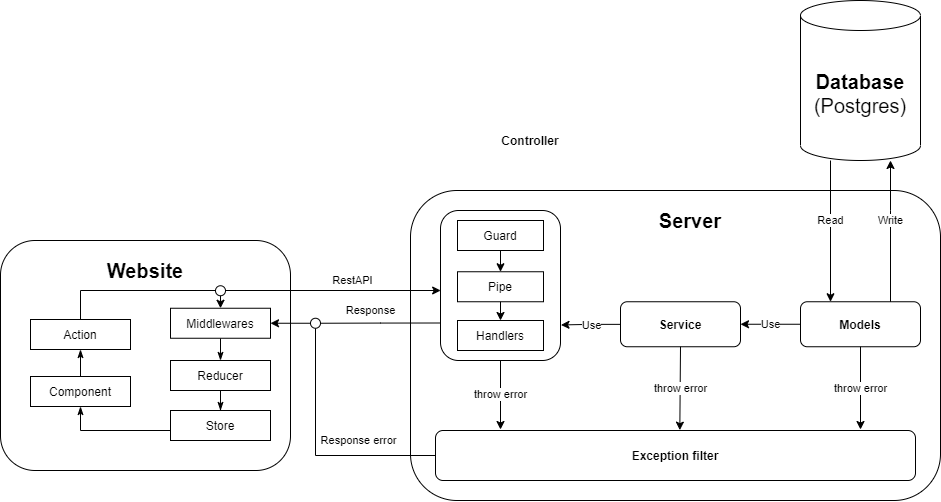
The draw.io diagram Image/Technical/architecture.png in trungtinh961/Report_LVTN, before a commit. Source tidied: cells renumbered, new cells last; positions are measured from the earlier drawing's top-left corner, leaving out a move shared by most shapes.
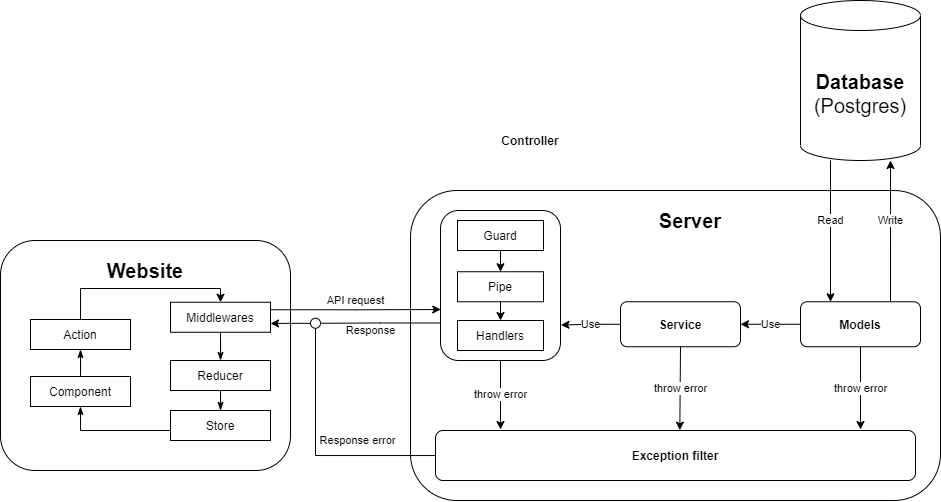
The same file after the commit.

The edit, as a diff of the source:
```diff
@@ -17,6 +17,14 @@
     <mxCell id="6" value="Component" style="rounded=0;whiteSpace=wrap;html=1;" parent="1" vertex="1">
       <mxGeometry x="30" y="376" width="100" height="30" as="geometry" />
     </mxCell>
+    <mxCell id="40" style="edgeStyle=orthogonalEdgeStyle;rounded=0;jettySize=auto;html=1;entryX=0.5;entryY=0;entryDx=0;entryDy=0;" parent="1" edge="1" source="7" target="35">
+      <mxGeometry relative="1" as="geometry">
+        <Array as="points">
+          <mxPoint x="80" y="288" />
+          <mxPoint x="220" y="288" />
+        </Array>
+      </mxGeometry>
+    </mxCell>
     <mxCell id="7" value="Action" style="rounded=0;whiteSpace=wrap;html=1;" parent="1" vertex="1">
       <mxGeometry x="30" y="319" width="100" height="30" as="geometry" />
     </mxCell>
@@ -37,19 +45,11 @@
       <mxGeometry x="670" y="210" width="40" height="20" as="geometry" />
     </mxCell>
     <mxCell id="12" value="Response" style="edgeStyle=orthogonalEdgeStyle;rounded=0;jettySize=auto;html=1;exitX=0;exitY=0.75;exitDx=0;exitDy=0;entryX=1;entryY=0.5;entryDx=0;entryDy=0;endArrow=none;endFill=0;" parent="1" edge="1" source="22" target="37">
-      <mxGeometry x="0.17" y="-13" relative="1" as="geometry" />
+      <mxGeometry x="0.17" y="7" relative="1" as="geometry" />
     </mxCell>
     <mxCell id="13" value="Controller" style="text;html=1;strokeColor=none;fillColor=none;align=center;verticalAlign=middle;whiteSpace=wrap;rounded=0;fontStyle=1;" parent="1" vertex="1">
       <mxGeometry x="510" y="130" width="40" height="20" as="geometry" />
     </mxCell>
-    <mxCell id="14" value="RestAPI" style="edgeStyle=orthogonalEdgeStyle;rounded=0;jettySize=auto;html=1;entryX=0.002;entryY=0.531;entryDx=0;entryDy=0;entryPerimeter=0;exitX=0.5;exitY=0;exitDx=0;exitDy=0;" parent="1" edge="1" source="7" target="22">
-      <mxGeometry x="0.55" y="10" relative="1" as="geometry">
-        <Array as="points">
-          <mxPoint x="80" y="290" />
-          <mxPoint x="440" y="290" />
-        </Array>
-      </mxGeometry>
-    </mxCell>
     <mxCell id="15" value="Use" style="edgeStyle=orthogonalEdgeStyle;rounded=0;jettySize=auto;html=1;entryX=1.004;entryY=0.763;entryDx=0;entryDy=0;entryPerimeter=0;" parent="1" edge="1" source="16" target="22">
       <mxGeometry relative="1" as="geometry" />
     </mxCell>
@@ -57,11 +57,7 @@
       <mxGeometry x="620" y="301.2" width="120" height="45" as="geometry" />
     </mxCell>
     <mxCell id="17" value="Response error" style="edgeStyle=orthogonalEdgeStyle;rounded=0;jettySize=auto;html=1;entryX=0.5;entryY=1;entryDx=0;entryDy=0;endArrow=none;endFill=0;" parent="1" edge="1" source="18" target="37">
-      <mxGeometry x="-0.37" y="-15" relative="1" as="geometry">
-        <Array as="points">
-          <mxPoint x="315" y="455" />
-        </Array>
-      </mxGeometry>
+      <mxGeometry x="-0.37" y="-15" relative="1" as="geometry" />
     </mxCell>
     <mxCell id="18" value="&lt;b&gt;Exception filter&lt;/b&gt;" style="rounded=1;whiteSpace=wrap;html=1;" parent="1" vertex="1">
       <mxGeometry x="435" y="430" width="480" height="50" as="geometry" />
@@ -127,22 +123,23 @@
     <mxCell id="34" style="edgeStyle=orthogonalEdgeStyle;rounded=0;jettySize=auto;html=1;entryX=0.5;entryY=0;entryDx=0;entryDy=0;endArrow=classicThin;endFill=1;" parent="1" edge="1" source="35" target="33">
       <mxGeometry relative="1" as="geometry" />
     </mxCell>
+    <mxCell id="41" value="API request" style="edgeStyle=orthogonalEdgeStyle;rounded=0;jettySize=auto;html=1;exitX=1;exitY=0.25;exitDx=0;exitDy=0;entryX=0.002;entryY=0.66;entryDx=0;entryDy=0;entryPerimeter=0;" parent="1" edge="1" source="35" target="22">
+      <mxGeometry y="9" relative="1" as="geometry" />
+    </mxCell>
     <mxCell id="35" value="Middlewares" style="rounded=0;whiteSpace=wrap;html=1;" parent="1" vertex="1">
-      <mxGeometry x="170" y="307.8" width="100" height="30" as="geometry" />
+      <mxGeometry x="170" y="301.8" width="100" height="30" as="geometry" />
     </mxCell>
-    <mxCell id="36" style="edgeStyle=orthogonalEdgeStyle;rounded=0;jettySize=auto;html=1;entryX=1;entryY=0.5;entryDx=0;entryDy=0;" parent="1" edge="1" source="37" target="35">
-      <mxGeometry relative="1" as="geometry" />
+    <mxCell id="36" style="edgeStyle=orthogonalEdgeStyle;rounded=0;jettySize=auto;html=1;" parent="1" edge="1" source="37">
+      <mxGeometry relative="1" as="geometry">
+        <mxPoint x="270" y="323" as="targetPoint" />
+        <Array as="points">
+          <mxPoint x="290" y="323" />
+          <mxPoint x="270" y="323" />
+        </Array>
+      </mxGeometry>
     </mxCell>
     <mxCell id="37" style="ellipse;whiteSpace=wrap;html=1;" parent="1" vertex="1">
       <mxGeometry x="310" y="317.8" width="10" height="10" as="geometry" />
     </mxCell>
-    <mxCell id="38" style="endArrow=classic;html=1;entryX=0.5;entryY=0;entryDx=0;entryDy=0;" parent="1" edge="1" target="35">
-      <mxGeometry relative="1" as="geometry">
-        <mxPoint x="220" y="290" as="sourcePoint" />
-      </mxGeometry>
-    </mxCell>
-    <mxCell id="39" style="ellipse;whiteSpace=wrap;html=1;" parent="1" vertex="1">
-      <mxGeometry x="215" y="285.2" width="10" height="10" as="geometry" />
-    </mxCell>
   </root>
 </mxGraphModel>
```
